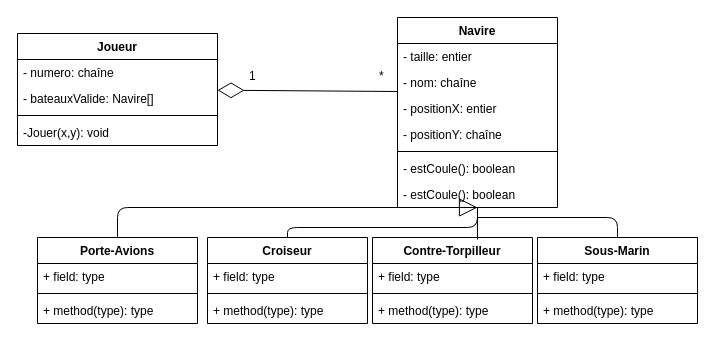
Above: Untitled Diagram.drawio in AlexisTrintignac/Bataille_Navale (draw.io), before the change. Source tidied: cells renumbered, new cells numbered last; positions are measured from the earlier drawing's top-left corner, leaving out a move shared by most shapes. Both pictures are drawn from the tidied source at 100%, with x=0, y=0 at pixel (17, 17).
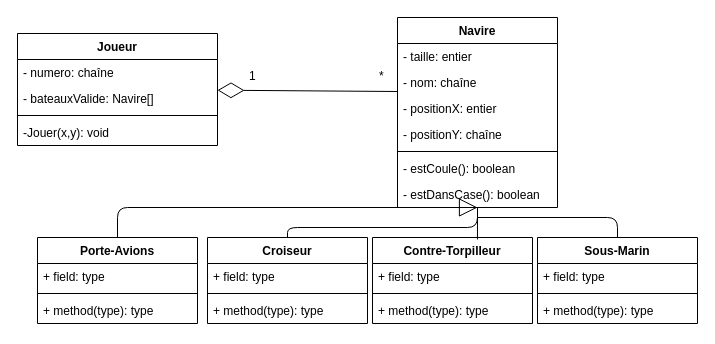
The same diagram, later.

The change refers to these unchanged cells:
```xml
<mxCell id="7" value="Navire" style="swimlane;fontStyle=1;align=center;verticalAlign=top;horizontal=1;startSize=26;" parent="1" vertex="1">
  <mxGeometry x="380" width="160" height="190" as="geometry" />
</mxCell>
```

Change to the diagram source:
```diff
@@
-    <mxCell id="14" value="- estCoule(): boolean" style="text;strokeColor=none;fillColor=none;align=left;verticalAlign=top;spacingLeft=4;spacingRight=4;overflow=hidden;" parent="7" vertex="1">
+    <mxCell id="14" value="- estDansCase(): boolean" style="text;strokeColor=none;fillColor=none;align=left;verticalAlign=top;spacingLeft=4;spacingRight=4;overflow=hidden;" parent="7" vertex="1">
       <mxGeometry y="164" width="160" height="26" as="geometry" />
     </mxCell>
```
